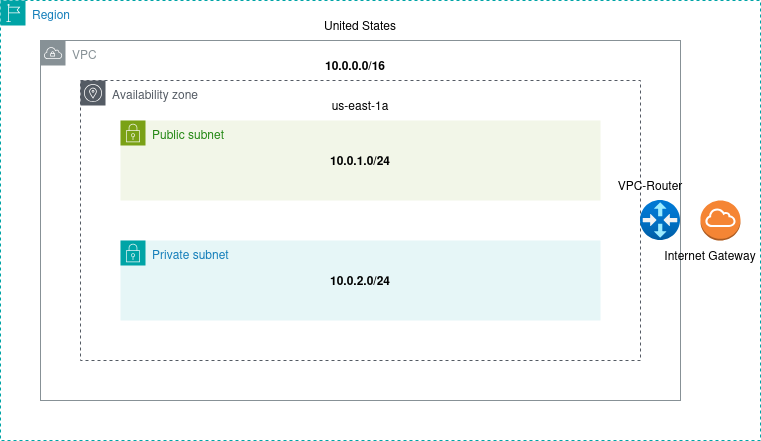
andresiglesiasb/aws-devops-project keeps this draw.io diagram as diagrams/dev-vpc.drawio.png. Above is the earlier version. Source tidied: cells renumbered, new cells last; positions are measured from the earlier drawing's top-left corner, leaving out a move shared by most shapes. Its diagram source:
```xml
<mxGraphModel>
  <root>
    <mxCell id="0" />
    <mxCell id="1" parent="0" />
    <mxCell id="2" value="Region" style="gradientColor=none;html=1;whiteSpace=wrap;fontSize=12;fontStyle=0;shape=mxgraph.aws4.group;grIcon=mxgraph.aws4.group_region;strokeColor=#00A4A6;fillColor=none;verticalAlign=top;align=left;spacingLeft=30;fontColor=#147EBA;dashed=1;" parent="1" vertex="1">
      <mxGeometry width="760" height="440" as="geometry" />
    </mxCell>
    <mxCell id="3" value="VPC" style="sketch=0;gradientColor=none;html=1;whiteSpace=wrap;fontSize=12;fontStyle=0;shape=mxgraph.aws4.group;grIcon=mxgraph.aws4.group_vpc;strokeColor=#879196;fillColor=none;verticalAlign=top;align=left;spacingLeft=30;fontColor=#879196;dashed=0;" parent="2" vertex="1">
      <mxGeometry x="40" y="40" width="640" height="360" as="geometry" />
    </mxCell>
    <mxCell id="4" value="Availability zone" style="sketch=0;gradientColor=none;html=1;whiteSpace=wrap;fontSize=12;fontStyle=0;shape=mxgraph.aws4.group;grIcon=mxgraph.aws4.group_availability_zone;strokeColor=#545B64;fillColor=none;verticalAlign=top;align=left;spacingLeft=30;fontColor=#545B64;dashed=1;" parent="2" vertex="1">
      <mxGeometry x="80" y="80" width="560" height="280" as="geometry" />
    </mxCell>
    <mxCell id="5" value="Public subnet" style="gradientColor=none;html=1;whiteSpace=wrap;fontSize=12;fontStyle=0;shape=mxgraph.aws4.group;grIcon=mxgraph.aws4.group_security_group;grStroke=0;strokeColor=#7AA116;fillColor=#F2F6E8;verticalAlign=top;align=left;spacingLeft=30;fontColor=#248814;dashed=0;" parent="2" vertex="1">
      <mxGeometry x="120" y="120" width="480" height="80" as="geometry" />
    </mxCell>
    <mxCell id="6" value="&lt;b&gt;10.0.1.0/24&lt;/b&gt;" style="text;html=1;align=center;verticalAlign=middle;whiteSpace=wrap;rounded=0;" parent="5" vertex="1">
      <mxGeometry x="210" y="25" width="60" height="30" as="geometry" />
    </mxCell>
    <mxCell id="7" value="Private subnet" style="gradientColor=none;html=1;whiteSpace=wrap;fontSize=12;fontStyle=0;shape=mxgraph.aws4.group;grIcon=mxgraph.aws4.group_security_group;grStroke=0;strokeColor=#00A4A6;fillColor=#E6F6F7;verticalAlign=top;align=left;spacingLeft=30;fontColor=#147EBA;dashed=0;" parent="2" vertex="1">
      <mxGeometry x="120" y="240" width="480" height="80" as="geometry" />
    </mxCell>
    <mxCell id="8" value="&lt;b&gt;10.0.2.0/24&lt;/b&gt;" style="text;html=1;align=center;verticalAlign=middle;whiteSpace=wrap;rounded=0;" parent="7" vertex="1">
      <mxGeometry x="210" y="25" width="60" height="30" as="geometry" />
    </mxCell>
    <mxCell id="9" value="&lt;b&gt;10.0.0.0/16&lt;/b&gt;" style="text;html=1;align=center;verticalAlign=middle;whiteSpace=wrap;rounded=0;" parent="2" vertex="1">
      <mxGeometry x="325" y="50" width="60" height="30" as="geometry" />
    </mxCell>
    <mxCell id="10" value="&lt;div&gt;United States&lt;/div&gt;" style="text;html=1;align=center;verticalAlign=middle;whiteSpace=wrap;rounded=0;" parent="2" vertex="1">
      <mxGeometry x="310" y="10" width="100" height="30" as="geometry" />
    </mxCell>
    <mxCell id="11" value="us-east-1a" style="text;html=1;align=center;verticalAlign=middle;whiteSpace=wrap;rounded=0;" parent="2" vertex="1">
      <mxGeometry x="310" y="90" width="100" height="30" as="geometry" />
    </mxCell>
    <mxCell id="12" style="image;html=1;align=center;fontSize=12;image=img/lib/azure2/networking/Virtual_Router.svg;" parent="2" vertex="1">
      <mxGeometry x="640" y="200" width="40" height="40" as="geometry" />
    </mxCell>
    <mxCell id="13" style="dashed=0;verticalLabelPosition=bottom;verticalAlign=top;align=center;html=1;shape=mxgraph.aws3.internet_gateway;fillColor=#F58534;gradientColor=none;" parent="2" vertex="1">
      <mxGeometry x="700" y="200" width="40" height="40" as="geometry" />
    </mxCell>
    <mxCell id="14" value="&lt;div&gt;VPC-Router&lt;/div&gt;" style="text;html=1;align=center;verticalAlign=middle;whiteSpace=wrap;rounded=0;" parent="2" vertex="1">
      <mxGeometry x="600" y="170" width="100" height="30" as="geometry" />
    </mxCell>
    <mxCell id="15" value="&lt;div&gt;Internet Gateway&lt;/div&gt;" style="text;html=1;align=center;verticalAlign=middle;whiteSpace=wrap;rounded=0;" parent="2" vertex="1">
      <mxGeometry x="660" y="240" width="100" height="30" as="geometry" />
    </mxCell>
  </root>
</mxGraphModel>
```
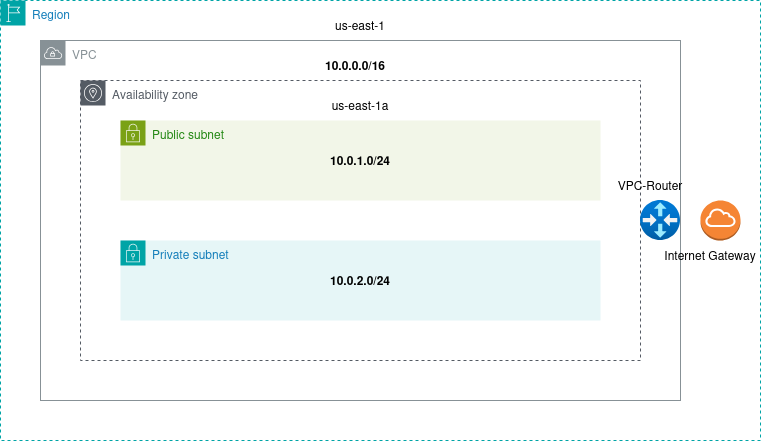
The same diagram one commit later.

The edit, as a diff of the source:
```diff
@@ -26,7 +26,7 @@
     <mxCell id="9" value="&lt;b&gt;10.0.0.0/16&lt;/b&gt;" style="text;html=1;align=center;verticalAlign=middle;whiteSpace=wrap;rounded=0;" parent="2" vertex="1">
       <mxGeometry x="325" y="50" width="60" height="30" as="geometry" />
     </mxCell>
-    <mxCell id="10" value="&lt;div&gt;United States&lt;/div&gt;" style="text;html=1;align=center;verticalAlign=middle;whiteSpace=wrap;rounded=0;" parent="2" vertex="1">
+    <mxCell id="10" value="us-east-1" style="text;html=1;align=center;verticalAlign=middle;whiteSpace=wrap;rounded=0;" parent="2" vertex="1">
       <mxGeometry x="310" y="10" width="100" height="30" as="geometry" />
     </mxCell>
     <mxCell id="11" value="us-east-1a" style="text;html=1;align=center;verticalAlign=middle;whiteSpace=wrap;rounded=0;" parent="2" vertex="1">
```
